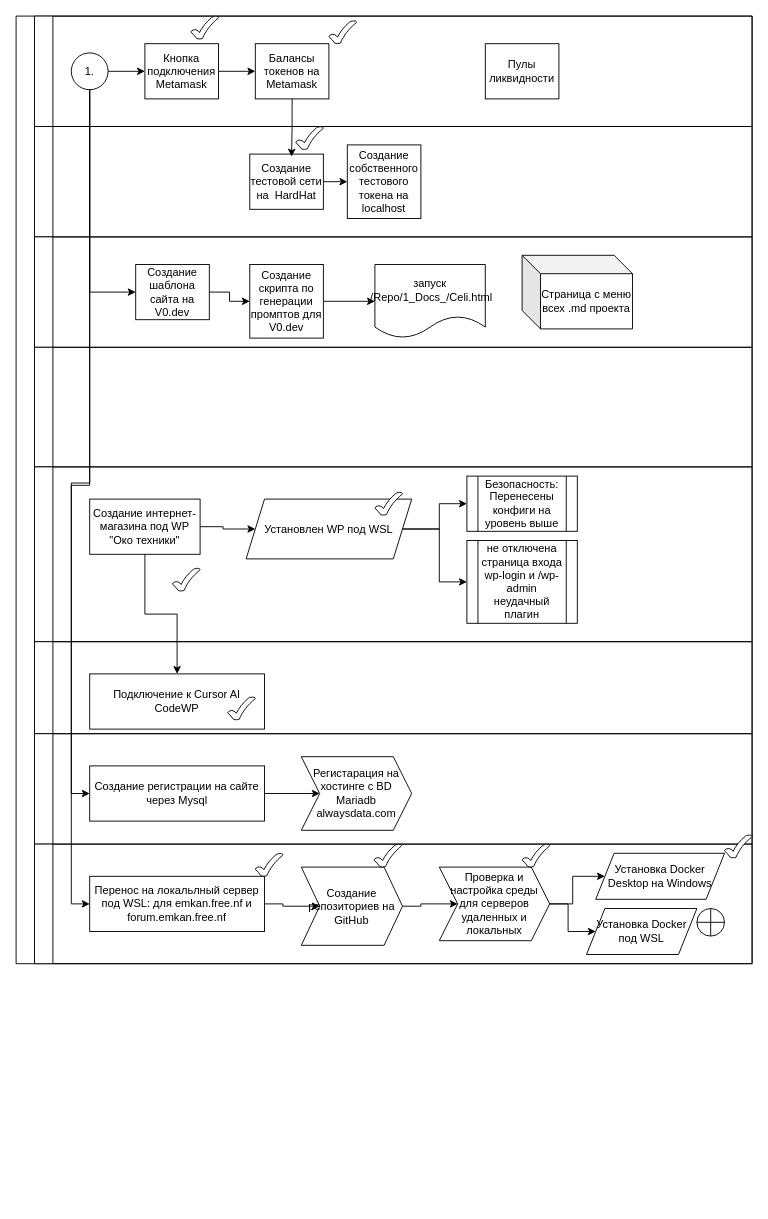
Above: ЖИЦЗО.drawio in ElvenRivendil/Diagrams_blocks_algoritms (draw.io), before the change. Source tidied: cells renumbered, new cells numbered last; positions are measured from the earlier drawing's top-left corner, leaving out a move shared by most shapes. Both pictures are drawn from the tidied source at 92%, with x=0, y=0 at pixel (16, 16).
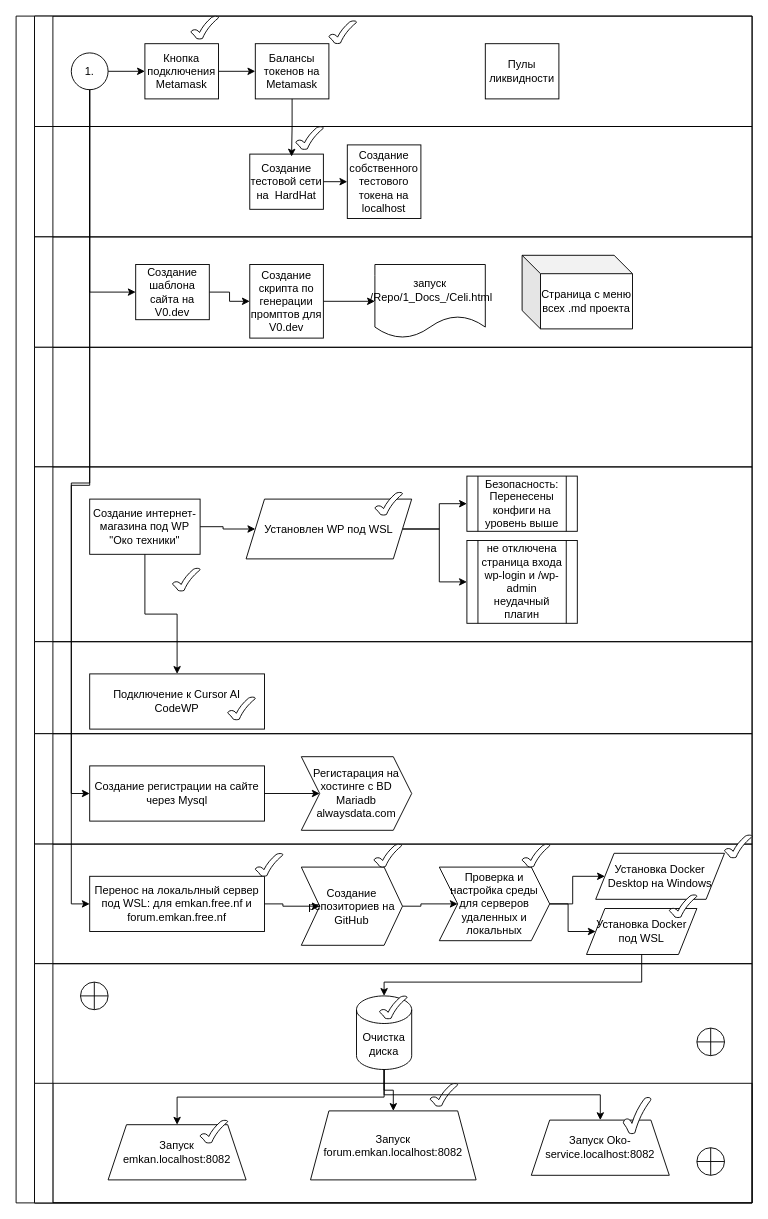
The same diagram, later.

The change refers to these unchanged cells:
```xml
<mxCell id="5" value="1." style="ellipse;whiteSpace=wrap;html=1;" parent="3" vertex="1">
  <mxGeometry x="40" y="40" width="40" height="40" as="geometry" />
</mxCell>
<mxCell id="48" style="swimlane;html=1;startSize=20;horizontal=0;" parent="2" vertex="1">
  <mxGeometry x="20" y="900" width="780" height="130" as="geometry" />
</mxCell>
<mxCell id="50" value="Перенос на локальлный сервер под WSL: для emkan.free.nf и forum.emkan.free.nf" style="rounded=0;whiteSpace=wrap;html=1;" parent="49" vertex="1">
  <mxGeometry width="190" height="60" as="geometry" />
</mxCell>
<mxCell id="58" value="Установка Docker под WSL" style="shape=parallelogram;perimeter=parallelogramPerimeter;whiteSpace=wrap;html=1;fixedSize=1;" parent="48" vertex="1">
  <mxGeometry x="600" y="70" width="120" height="50" as="geometry" />
</mxCell>
```

The edit, as a diff of the source:
```diff
@@
     <mxCell id="2" style="swimlane;html=1;horizontal=0;startSize=20;" parent="1" vertex="1">
-      <mxGeometry width="800" height="1030" as="geometry" />
+      <mxGeometry width="800" height="1290" as="geometry" />
     </mxCell>
@@
+    <mxCell id="65" style="verticalLabelPosition=bottom;verticalAlign=top;html=1;shape=mxgraph.basic.tick;" parent="48" vertex="1">
+      <mxGeometry x="690" y="55" width="30" height="25" as="geometry" />
+    </mxCell>
+    <mxCell id="64" style="edgeStyle=orthogonalEdgeStyle;rounded=0;jettySize=auto;html=1;exitX=0.5;exitY=1;exitDx=0;exitDy=0;entryX=0;entryY=0.5;entryDx=0;entryDy=0;" parent="2" edge="1" source="5" target="50">
+      <mxGeometry relative="1" as="geometry" />
+    </mxCell>
+    <mxCell id="66" style="swimlane;html=1;startSize=20;horizontal=0;" parent="2" vertex="1">
+      <mxGeometry x="20" y="1030" width="780" height="260" as="geometry" />
+    </mxCell>
+    <mxCell id="67" style="shape=orEllipse;perimeter=ellipsePerimeter;whiteSpace=wrap;html=1;backgroundOutline=1;" parent="66" vertex="1">
+      <mxGeometry x="720" y="70" width="30" height="30" as="geometry" />
+    </mxCell>
+    <mxCell id="68" value="Очистка диска" style="shape=cylinder3;whiteSpace=wrap;html=1;boundedLbl=1;backgroundOutline=1;size=15;" parent="66" vertex="1">
+      <mxGeometry x="350" y="35" width="60" height="80" as="geometry" />
+    </mxCell>
+    <mxCell id="69" style="swimlane;html=1;startSize=20;horizontal=0;" parent="66" vertex="1">
+      <mxGeometry y="130" width="780" height="130" as="geometry" />
+    </mxCell>
+    <mxCell id="70" style="verticalLabelPosition=bottom;verticalAlign=top;html=1;shape=mxgraph.basic.tick;" parent="69" vertex="1">
+      <mxGeometry x="430" width="30" height="25" as="geometry" />
+    </mxCell>
+    <mxCell id="71" style="shape=orEllipse;perimeter=ellipsePerimeter;whiteSpace=wrap;html=1;backgroundOutline=1;" parent="69" vertex="1">
+      <mxGeometry x="720" y="70" width="30" height="30" as="geometry" />
+    </mxCell>
+    <mxCell id="72" value="Запуск emkan.localhost:8082" style="shape=trapezoid;perimeter=trapezoidPerimeter;whiteSpace=wrap;html=1;fixedSize=1;" parent="69" vertex="1">
+      <mxGeometry x="80" y="45" width="150" height="60" as="geometry" />
+    </mxCell>
+    <mxCell id="73" value="Запуск forum.emkan.localhost:8082" style="shape=trapezoid;perimeter=trapezoidPerimeter;whiteSpace=wrap;html=1;fixedSize=1;" parent="69" vertex="1">
+      <mxGeometry x="300" y="30" width="180" height="75" as="geometry" />
+    </mxCell>
+    <mxCell id="74" value="Запуск Oko-service.localhost:8082" style="shape=trapezoid;perimeter=trapezoidPerimeter;whiteSpace=wrap;html=1;fixedSize=1;" parent="69" vertex="1">
+      <mxGeometry x="540" y="40" width="150" height="60" as="geometry" />
+    </mxCell>
+    <mxCell id="75" style="verticalLabelPosition=bottom;verticalAlign=top;html=1;shape=mxgraph.basic.tick;" parent="69" vertex="1">
+      <mxGeometry x="640" y="15" width="30" height="40" as="geometry" />
+    </mxCell>
+    <mxCell id="76" style="verticalLabelPosition=bottom;verticalAlign=top;html=1;shape=mxgraph.basic.tick;" parent="69" vertex="1">
+      <mxGeometry x="180" y="40" width="30" height="25" as="geometry" />
+    </mxCell>
+    <mxCell id="77" style="edgeStyle=orthogonalEdgeStyle;rounded=0;jettySize=auto;html=1;exitX=0.5;exitY=1;exitDx=0;exitDy=0;exitPerimeter=0;entryX=0.5;entryY=0;entryDx=0;entryDy=0;" parent="66" edge="1" source="68" target="72">
+      <mxGeometry relative="1" as="geometry" />
+    </mxCell>
+    <mxCell id="78" style="edgeStyle=orthogonalEdgeStyle;rounded=0;jettySize=auto;html=1;exitX=0.5;exitY=1;exitDx=0;exitDy=0;exitPerimeter=0;entryX=0.5;entryY=0;entryDx=0;entryDy=0;" parent="66" edge="1" source="68" target="73">
+      <mxGeometry relative="1" as="geometry" />
+    </mxCell>
+    <mxCell id="79" style="edgeStyle=orthogonalEdgeStyle;rounded=0;jettySize=auto;html=1;exitX=0.5;exitY=1;exitDx=0;exitDy=0;exitPerimeter=0;entryX=0.5;entryY=0;entryDx=0;entryDy=0;" parent="66" edge="1" source="68" target="74">
+      <mxGeometry relative="1" as="geometry" />
+    </mxCell>
+    <mxCell id="80" style="verticalLabelPosition=bottom;verticalAlign=top;html=1;shape=mxgraph.basic.tick;" parent="66" vertex="1">
+      <mxGeometry x="375" y="35" width="30" height="25" as="geometry" />
+    </mxCell>
-    <mxCell id="63" style="shape=orEllipse;perimeter=ellipsePerimeter;whiteSpace=wrap;html=1;backgroundOutline=1;" parent="48" vertex="1">
-      <mxGeometry x="720" y="70" width="30" height="30" as="geometry" />
+    <mxCell id="63" style="shape=orEllipse;perimeter=ellipsePerimeter;whiteSpace=wrap;html=1;backgroundOutline=1;" parent="66" vertex="1">
+      <mxGeometry x="50" y="20" width="30" height="30" as="geometry" />
     </mxCell>
-    <mxCell id="64" style="edgeStyle=orthogonalEdgeStyle;rounded=0;jettySize=auto;html=1;exitX=0.5;exitY=1;exitDx=0;exitDy=0;entryX=0;entryY=0.5;entryDx=0;entryDy=0;" parent="2" edge="1" source="5" target="50">
-      <mxGeometry relative="1" as="geometry" />
-    </mxCell>
+    <mxCell id="81" style="edgeStyle=orthogonalEdgeStyle;rounded=0;jettySize=auto;html=1;exitX=0.5;exitY=1;exitDx=0;exitDy=0;entryX=0.5;entryY=0;entryDx=0;entryDy=0;entryPerimeter=0;" parent="2" edge="1" source="58" target="68">
+      <mxGeometry relative="1" as="geometry">
+        <Array as="points">
+          <mxPoint x="680" y="1050" />
+          <mxPoint x="400" y="1050" />
+        </Array>
+      </mxGeometry>
+    </mxCell>
```
